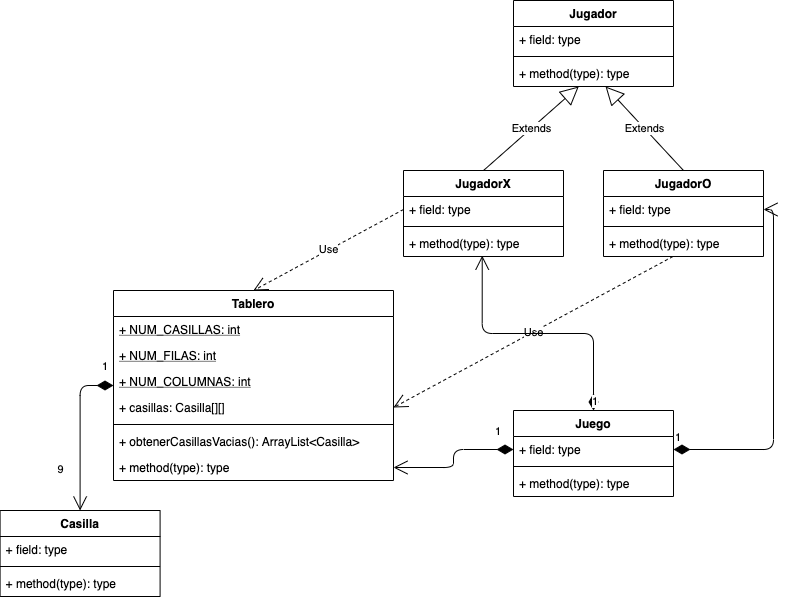
Earlier version of the draw.io export P45/Clase9/UML_TresEnRaya.png (luismescobarf/clasesCiclo2). Source tidied: cells renumbered, new cells last; positions are measured from the earlier drawing's top-left corner, leaving out a move shared by most shapes.
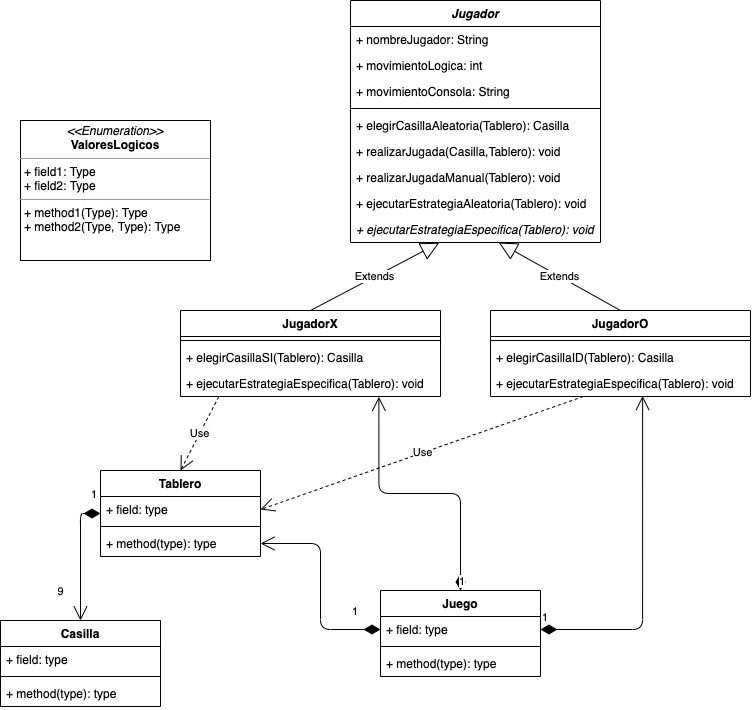
Later version of the same file.

Commit message:
UML Actualizado

The edit, as a diff of the source:
```diff
@@ -3,7 +3,7 @@
     <mxCell id="0" />
     <mxCell id="1" parent="0" />
     <mxCell id="2" value="Casilla" style="swimlane;fontStyle=1;align=center;verticalAlign=top;horizontal=1;startSize=26;" parent="1" vertex="1">
-      <mxGeometry x="-0.4" y="510" width="160" height="86" as="geometry" />
+      <mxGeometry x="133" y="440" width="160" height="86" as="geometry" />
     </mxCell>
     <mxCell id="3" value="+ field: type" style="text;strokeColor=none;fillColor=none;align=left;verticalAlign=top;spacingLeft=4;spacingRight=4;overflow=hidden;" parent="2" vertex="1">
       <mxGeometry y="26" width="160" height="26" as="geometry" />
@@ -15,28 +15,16 @@
       <mxGeometry y="60" width="160" height="26" as="geometry" />
     </mxCell>
     <mxCell id="6" value="Tablero" style="swimlane;fontStyle=1;align=center;verticalAlign=top;horizontal=1;startSize=26;" parent="1" vertex="1">
-      <mxGeometry x="113" y="290" width="280" height="190" as="geometry" />
+      <mxGeometry x="233" y="290" width="160" height="86" as="geometry" />
     </mxCell>
-    <mxCell id="7" value="+ NUM_CASILLAS: int" style="text;strokeColor=none;fillColor=none;align=left;verticalAlign=top;spacingLeft=4;spacingRight=4;overflow=hidden;fontStyle=4;" parent="6" vertex="1">
-      <mxGeometry y="26" width="280" height="26" as="geometry" />
-    </mxCell>
-    <mxCell id="8" value="+ NUM_FILAS: int" style="text;strokeColor=none;fillColor=none;align=left;verticalAlign=top;spacingLeft=4;spacingRight=4;overflow=hidden;fontStyle=4;" parent="6" vertex="1">
-      <mxGeometry y="52" width="280" height="26" as="geometry" />
-    </mxCell>
-    <mxCell id="9" value="+ NUM_COLUMNAS: int" style="text;strokeColor=none;fillColor=none;align=left;verticalAlign=top;spacingLeft=4;spacingRight=4;overflow=hidden;fontStyle=4;" parent="6" vertex="1">
-      <mxGeometry y="78" width="280" height="26" as="geometry" />
-    </mxCell>
-    <mxCell id="10" value="+ casillas: Casilla[][]" style="text;strokeColor=none;fillColor=none;align=left;verticalAlign=top;spacingLeft=4;spacingRight=4;overflow=hidden;points=[[0,0.5],[1,0.5]];portConstraint=eastwest;" parent="6" vertex="1">
-      <mxGeometry y="104" width="280" height="26" as="geometry" />
+    <mxCell id="10" value="+ field: type" style="text;strokeColor=none;fillColor=none;align=left;verticalAlign=top;spacingLeft=4;spacingRight=4;overflow=hidden;points=[[0,0.5],[1,0.5]];portConstraint=eastwest;" parent="6" vertex="1">
+      <mxGeometry y="26" width="160" height="26" as="geometry" />
     </mxCell>
     <mxCell id="11" style="line;strokeWidth=1;fillColor=none;align=left;verticalAlign=middle;spacingTop=-1;spacingLeft=3;spacingRight=3;labelPosition=right;" parent="6" vertex="1">
-      <mxGeometry y="130" width="280" height="8" as="geometry" />
+      <mxGeometry y="52" width="160" height="8" as="geometry" />
     </mxCell>
-    <mxCell id="12" value="+ obtenerCasillasVacias(): ArrayList&lt;Casilla&gt;" style="text;strokeColor=none;fillColor=none;align=left;verticalAlign=top;spacingLeft=4;spacingRight=4;overflow=hidden;" parent="6" vertex="1">
-      <mxGeometry y="138" width="280" height="26" as="geometry" />
-    </mxCell>
     <mxCell id="13" value="+ method(type): type" style="text;strokeColor=none;fillColor=none;align=left;verticalAlign=top;spacingLeft=4;spacingRight=4;overflow=hidden;points=[[0,0.5],[1,0.5]];portConstraint=eastwest;" parent="6" vertex="1">
-      <mxGeometry y="164" width="280" height="26" as="geometry" />
+      <mxGeometry y="60" width="160" height="26" as="geometry" />
     </mxCell>
     <mxCell id="14" value="1" style="endArrow=open;html=1;endSize=12;startArrow=diamondThin;startSize=14;startFill=1;edgeStyle=orthogonalEdgeStyle;align=left;verticalAlign=bottom;entryX=0.5;entryY=0;entryDx=0;entryDy=0;exitX=0;exitY=0.5;exitDx=0;exitDy=0;" parent="1" edge="1" source="6" target="2">
       <mxGeometry x="-0.83" y="-10" relative="1" as="geometry" />
@@ -46,52 +34,70 @@
         <mxPoint x="-19" y="18" as="offset" />
       </mxGeometry>
     </mxCell>
-    <mxCell id="16" value="Jugador" style="swimlane;fontStyle=1;align=center;verticalAlign=top;horizontal=1;startSize=26;" parent="1" vertex="1">
-      <mxGeometry x="513" width="160" height="86" as="geometry" />
+    <mxCell id="16" value="Jugador" style="swimlane;fontStyle=3;align=center;verticalAlign=top;horizontal=1;startSize=26;" parent="1" vertex="1">
+      <mxGeometry x="483" y="-180" width="250" height="242" as="geometry" />
     </mxCell>
+    <mxCell id="39" value="+ nombreJugador: String" style="text;strokeColor=none;fillColor=none;align=left;verticalAlign=top;spacingLeft=4;spacingRight=4;overflow=hidden;" parent="16" vertex="1">
+      <mxGeometry y="26" width="250" height="26" as="geometry" />
+    </mxCell>
+    <mxCell id="40" value="+ movimientoLogica: int" style="text;strokeColor=none;fillColor=none;align=left;verticalAlign=top;spacingLeft=4;spacingRight=4;overflow=hidden;" parent="16" vertex="1">
+      <mxGeometry y="52" width="250" height="26" as="geometry" />
+    </mxCell>
-    <mxCell id="17" value="+ field: type" style="text;strokeColor=none;fillColor=none;align=left;verticalAlign=top;spacingLeft=4;spacingRight=4;overflow=hidden;" parent="16" vertex="1">
-      <mxGeometry y="26" width="160" height="26" as="geometry" />
+    <mxCell id="17" value="+ movimientoConsola: String" style="text;strokeColor=none;fillColor=none;align=left;verticalAlign=top;spacingLeft=4;spacingRight=4;overflow=hidden;" parent="16" vertex="1">
+      <mxGeometry y="78" width="250" height="26" as="geometry" />
     </mxCell>
     <mxCell id="18" style="line;strokeWidth=1;fillColor=none;align=left;verticalAlign=middle;spacingTop=-1;spacingLeft=3;spacingRight=3;labelPosition=right;" parent="16" vertex="1">
-      <mxGeometry y="52" width="160" height="8" as="geometry" />
+      <mxGeometry y="104" width="250" height="8" as="geometry" />
     </mxCell>
-    <mxCell id="19" value="+ method(type): type" style="text;strokeColor=none;fillColor=none;align=left;verticalAlign=top;spacingLeft=4;spacingRight=4;overflow=hidden;points=[[0,0.5],[1,0.5]];portConstraint=eastwest;" parent="16" vertex="1">
-      <mxGeometry y="60" width="160" height="26" as="geometry" />
+    <mxCell id="19" value="+ elegirCasillaAleatoria(Tablero): Casilla" style="text;strokeColor=none;fillColor=none;align=left;verticalAlign=top;spacingLeft=4;spacingRight=4;overflow=hidden;points=[[0,0.5],[1,0.5]];portConstraint=eastwest;" parent="16" vertex="1">
+      <mxGeometry y="112" width="250" height="26" as="geometry" />
     </mxCell>
+    <mxCell id="41" value="+ realizarJugada(Casilla,Tablero): void" style="text;strokeColor=none;fillColor=none;align=left;verticalAlign=top;spacingLeft=4;spacingRight=4;overflow=hidden;" parent="16" vertex="1">
+      <mxGeometry y="138" width="250" height="26" as="geometry" />
+    </mxCell>
+    <mxCell id="42" value="+ realizarJugadaManual(Tablero): void" style="text;strokeColor=none;fillColor=none;align=left;verticalAlign=top;spacingLeft=4;spacingRight=4;overflow=hidden;" parent="16" vertex="1">
+      <mxGeometry y="164" width="250" height="26" as="geometry" />
+    </mxCell>
+    <mxCell id="43" value="+ ejecutarEstrategiaAleatoria(Tablero): void" style="text;strokeColor=none;fillColor=none;align=left;verticalAlign=top;spacingLeft=4;spacingRight=4;overflow=hidden;" parent="16" vertex="1">
+      <mxGeometry y="190" width="250" height="26" as="geometry" />
+    </mxCell>
+    <mxCell id="44" value="+ ejecutarEstrategiaEspecifica(Tablero): void" style="text;strokeColor=none;fillColor=none;align=left;verticalAlign=top;spacingLeft=4;spacingRight=4;overflow=hidden;points=[[0,0.5],[1,0.5]];portConstraint=eastwest;fontStyle=2;" parent="16" vertex="1">
+      <mxGeometry y="216" width="250" height="26" as="geometry" />
+    </mxCell>
     <mxCell id="20" value="JugadorX" style="swimlane;fontStyle=1;align=center;verticalAlign=top;horizontal=1;startSize=26;" parent="1" vertex="1">
-      <mxGeometry x="403" y="170" width="160" height="86" as="geometry" />
+      <mxGeometry x="313" y="130" width="260" height="86" as="geometry" />
     </mxCell>
-    <mxCell id="21" value="+ field: type" style="text;strokeColor=none;fillColor=none;align=left;verticalAlign=top;spacingLeft=4;spacingRight=4;overflow=hidden;points=[[0,0.5],[1,0.5]];portConstraint=eastwest;" parent="20" vertex="1">
-      <mxGeometry y="26" width="160" height="26" as="geometry" />
-    </mxCell>
     <mxCell id="22" style="line;strokeWidth=1;fillColor=none;align=left;verticalAlign=middle;spacingTop=-1;spacingLeft=3;spacingRight=3;labelPosition=right;" parent="20" vertex="1">
-      <mxGeometry y="52" width="160" height="8" as="geometry" />
+      <mxGeometry y="26" width="260" height="8" as="geometry" />
     </mxCell>
-    <mxCell id="23" value="+ method(type): type" style="text;strokeColor=none;fillColor=none;align=left;verticalAlign=top;spacingLeft=4;spacingRight=4;overflow=hidden;points=[[0,0.5],[1,0.5]];portConstraint=eastwest;" parent="20" vertex="1">
-      <mxGeometry y="60" width="160" height="26" as="geometry" />
-    </mxCell>
+    <mxCell id="45" value="+ elegirCasillaSI(Tablero): Casilla" style="text;strokeColor=none;fillColor=none;align=left;verticalAlign=top;spacingLeft=4;spacingRight=4;overflow=hidden;" parent="20" vertex="1">
+      <mxGeometry y="34" width="260" height="26" as="geometry" />
+    </mxCell>
+    <mxCell id="46" value="+ ejecutarEstrategiaEspecifica(Tablero): void" style="text;strokeColor=none;fillColor=none;align=left;verticalAlign=top;spacingLeft=4;spacingRight=4;overflow=hidden;points=[[0,0.5],[1,0.5]];portConstraint=eastwest;fontStyle=0;" parent="20" vertex="1">
+      <mxGeometry y="60" width="260" height="26" as="geometry" />
+    </mxCell>
     <mxCell id="24" value="JugadorO" style="swimlane;fontStyle=1;align=center;verticalAlign=top;horizontal=1;startSize=26;" parent="1" vertex="1">
-      <mxGeometry x="603" y="170" width="160" height="86" as="geometry" />
+      <mxGeometry x="623" y="130" width="260" height="86" as="geometry" />
     </mxCell>
-    <mxCell id="25" value="+ field: type" style="text;strokeColor=none;fillColor=none;align=left;verticalAlign=top;spacingLeft=4;spacingRight=4;overflow=hidden;points=[[0,0.5],[1,0.5]];portConstraint=eastwest;" parent="24" vertex="1">
-      <mxGeometry y="26" width="160" height="26" as="geometry" />
-    </mxCell>
     <mxCell id="26" style="line;strokeWidth=1;fillColor=none;align=left;verticalAlign=middle;spacingTop=-1;spacingLeft=3;spacingRight=3;labelPosition=right;" parent="24" vertex="1">
-      <mxGeometry y="52" width="160" height="8" as="geometry" />
+      <mxGeometry y="26" width="260" height="8" as="geometry" />
     </mxCell>
-    <mxCell id="27" value="+ method(type): type" style="text;strokeColor=none;fillColor=none;align=left;verticalAlign=top;spacingLeft=4;spacingRight=4;overflow=hidden;points=[[0,0.5],[1,0.5]];portConstraint=eastwest;" parent="24" vertex="1">
-      <mxGeometry y="60" width="160" height="26" as="geometry" />
-    </mxCell>
+    <mxCell id="47" value="+ elegirCasillaID(Tablero): Casilla" style="text;strokeColor=none;fillColor=none;align=left;verticalAlign=top;spacingLeft=4;spacingRight=4;overflow=hidden;" parent="24" vertex="1">
+      <mxGeometry y="34" width="260" height="26" as="geometry" />
+    </mxCell>
+    <mxCell id="48" value="+ ejecutarEstrategiaEspecifica(Tablero): void" style="text;strokeColor=none;fillColor=none;align=left;verticalAlign=top;spacingLeft=4;spacingRight=4;overflow=hidden;points=[[0,0.5],[1,0.5]];portConstraint=eastwest;fontStyle=0;" parent="24" vertex="1">
+      <mxGeometry y="60" width="260" height="26" as="geometry" />
+    </mxCell>
-    <mxCell id="28" value="Extends" style="endArrow=block;endSize=16;endFill=0;html=1;exitX=0.5;exitY=0;exitDx=0;exitDy=0;" parent="1" edge="1" source="20" target="19">
+    <mxCell id="28" value="Extends" style="endArrow=block;endSize=16;endFill=0;html=1;exitX=0.5;exitY=0;exitDx=0;exitDy=0;entryX=0.355;entryY=1.011;entryDx=0;entryDy=0;entryPerimeter=0;" parent="1" edge="1" source="20" target="44">
       <mxGeometry relative="1" as="geometry" />
     </mxCell>
-    <mxCell id="29" value="Extends" style="endArrow=block;endSize=16;endFill=0;html=1;exitX=0.5;exitY=0;exitDx=0;exitDy=0;" parent="1" edge="1" source="24" target="19">
+    <mxCell id="29" value="Extends" style="endArrow=block;endSize=16;endFill=0;html=1;exitX=0.5;exitY=0;exitDx=0;exitDy=0;" parent="1" edge="1" source="24" target="44">
       <mxGeometry relative="1" as="geometry" />
     </mxCell>
-    <mxCell id="30" value="Use" style="endArrow=open;endSize=12;dashed=1;html=1;exitX=0;exitY=0.5;exitDx=0;exitDy=0;entryX=0.5;entryY=0;entryDx=0;entryDy=0;" parent="1" edge="1" source="21" target="6">
+    <mxCell id="30" value="Use" style="endArrow=open;endSize=12;dashed=1;html=1;exitX=0.147;exitY=1.011;exitDx=0;exitDy=0;entryX=0.5;entryY=0;entryDx=0;entryDy=0;exitPerimeter=0;" parent="1" edge="1" source="46" target="6">
       <mxGeometry relative="1" as="geometry" />
     </mxCell>
-    <mxCell id="31" value="Use" style="endArrow=open;endSize=12;dashed=1;html=1;exitX=0.434;exitY=1;exitDx=0;exitDy=0;entryX=1;entryY=0.5;entryDx=0;entryDy=0;exitPerimeter=0;" parent="1" edge="1" source="27" target="10">
+    <mxCell id="31" value="Use" style="endArrow=open;endSize=12;dashed=1;html=1;entryX=1;entryY=0.5;entryDx=0;entryDy=0;" parent="1" edge="1" source="48" target="10">
       <mxGeometry relative="1" as="geometry" />
     </mxCell>
     <mxCell id="32" value="Juego" style="swimlane;fontStyle=1;align=center;verticalAlign=top;horizontal=1;startSize=26;" parent="1" vertex="1">
@@ -109,11 +115,14 @@
     <mxCell id="36" value="1" style="endArrow=open;html=1;endSize=12;startArrow=diamondThin;startSize=14;startFill=1;edgeStyle=orthogonalEdgeStyle;align=left;verticalAlign=bottom;exitX=0;exitY=0.5;exitDx=0;exitDy=0;" parent="1" edge="1" source="33" target="13">
       <mxGeometry x="-0.71" y="-9" relative="1" as="geometry" />
     </mxCell>
-    <mxCell id="37" value="1" style="endArrow=open;html=1;endSize=12;startArrow=diamondThin;startSize=14;startFill=1;edgeStyle=orthogonalEdgeStyle;align=left;verticalAlign=bottom;exitX=1;exitY=0.5;exitDx=0;exitDy=0;entryX=1;entryY=0.5;entryDx=0;entryDy=0;" parent="1" edge="1" source="33" target="25">
+    <mxCell id="37" value="1" style="endArrow=open;html=1;endSize=12;startArrow=diamondThin;startSize=14;startFill=1;edgeStyle=orthogonalEdgeStyle;align=left;verticalAlign=bottom;exitX=1;exitY=0.5;exitDx=0;exitDy=0;entryX=0.585;entryY=0.98;entryDx=0;entryDy=0;entryPerimeter=0;" parent="1" edge="1" source="33" target="48">
       <mxGeometry x="-1" y="3" relative="1" as="geometry" />
     </mxCell>
-    <mxCell id="38" value="1" style="endArrow=open;html=1;endSize=12;startArrow=diamondThin;startSize=14;startFill=1;edgeStyle=orthogonalEdgeStyle;align=left;verticalAlign=bottom;exitX=0.5;exitY=0;exitDx=0;exitDy=0;entryX=0.492;entryY=0.968;entryDx=0;entryDy=0;entryPerimeter=0;" parent="1" edge="1" source="32" target="23">
+    <mxCell id="38" value="1" style="endArrow=open;html=1;endSize=12;startArrow=diamondThin;startSize=14;startFill=1;edgeStyle=orthogonalEdgeStyle;align=left;verticalAlign=bottom;exitX=0.5;exitY=0;exitDx=0;exitDy=0;entryX=0.763;entryY=1.011;entryDx=0;entryDy=0;entryPerimeter=0;" parent="1" edge="1" source="32" target="46">
       <mxGeometry x="-1" y="3" relative="1" as="geometry" />
     </mxCell>
+    <mxCell id="49" value="&lt;p style=&quot;margin: 0px ; margin-top: 4px ; text-align: center&quot;&gt;&lt;i&gt;&amp;lt;&amp;lt;Enumeration&amp;gt;&amp;gt;&lt;/i&gt;&lt;br&gt;&lt;b&gt;ValoresLogicos&lt;/b&gt;&lt;/p&gt;&lt;hr size=&quot;1&quot;&gt;&lt;p style=&quot;margin: 0px ; margin-left: 4px&quot;&gt;+ field1: Type&lt;br&gt;+ field2: Type&lt;/p&gt;&lt;hr size=&quot;1&quot;&gt;&lt;p style=&quot;margin: 0px ; margin-left: 4px&quot;&gt;+ method1(Type): Type&lt;br&gt;+ method2(Type, Type): Type&lt;/p&gt;" style="verticalAlign=top;align=left;overflow=fill;fontSize=12;fontFamily=Helvetica;html=1;" parent="1" vertex="1">
+      <mxGeometry x="153" y="-60" width="190" height="140" as="geometry" />
+    </mxCell>
   </root>
 </mxGraphModel>
```
